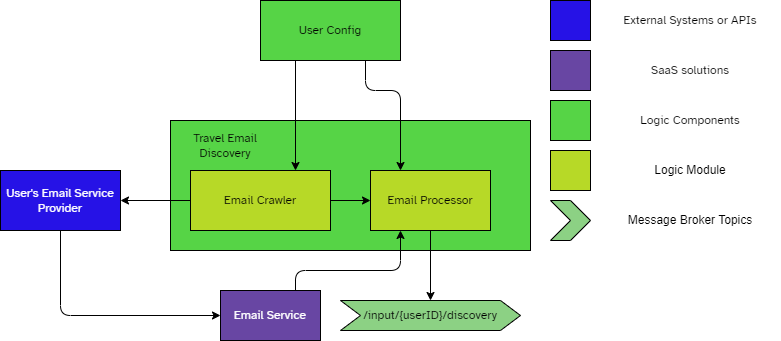
The draw.io diagram diagrams/componentOverview/TravelEmailDiscovery.png in Guilbert12/Kata2023_team_onion, before a commit. Source tidied: cells renumbered, new cells last; positions are measured from the earlier drawing's top-left corner, leaving out a move shared by most shapes. Source of this version:
```xml
<mxGraphModel>
  <root>
    <mxCell id="0" />
    <mxCell id="1" parent="0" />
    <mxCell id="2" style="rounded=0;whiteSpace=wrap;html=1;fillColor=#56D446;strokeColor=#000000;fontFamily=Atkinson Hyperlegible;" parent="1" vertex="1">
      <mxGeometry x="170" y="120" width="360" height="130" as="geometry" />
    </mxCell>
    <mxCell id="3" value="&lt;font face=&quot;Atkinson Hyperlegible&quot;&gt;Travel Email Discovery&lt;/font&gt;" style="text;html=1;strokeColor=none;fillColor=none;align=center;verticalAlign=middle;whiteSpace=wrap;rounded=0;" parent="1" vertex="1">
      <mxGeometry x="180" y="130" width="90" height="30" as="geometry" />
    </mxCell>
    <mxCell id="4" value="Email Crawler" style="rounded=0;whiteSpace=wrap;html=1;fillColor=#B7D927;strokeColor=#000000;fontFamily=Atkinson Hyperlegible;" parent="1" vertex="1">
      <mxGeometry x="190" y="170" width="140" height="60" as="geometry" />
    </mxCell>
    <mxCell id="5" value="Email Processor" style="rounded=0;whiteSpace=wrap;html=1;fillColor=#B7D927;strokeColor=#000000;fontFamily=Atkinson Hyperlegible;" parent="1" vertex="1">
      <mxGeometry x="370" y="170" width="120" height="60" as="geometry" />
    </mxCell>
    <mxCell id="6" value="&lt;font face=&quot;Atkinson Hyperlegible&quot;&gt;/input/{userID}/discovery&lt;/font&gt;" style="shape=step;perimeter=stepPerimeter;whiteSpace=wrap;html=1;fixedSize=1;fillColor=#8CD184;strokeColor=#000000;" parent="1" vertex="1">
      <mxGeometry x="340" y="300" width="180" height="30" as="geometry" />
    </mxCell>
    <mxCell id="7" value="Email Service" style="rounded=0;whiteSpace=wrap;html=1;fontFamily=Atkinson Hyperlegible;fontSource=https%3A%2F%2Ffonts.googleapis.com%2Fcss%3Ffamily%3DAtkinson%2BHyperlegible;fillColor=#6846A3;strokeColor=#000000;fontColor=#FFFFFF;" parent="1" vertex="1">
      <mxGeometry x="220" y="290" width="100" height="50" as="geometry" />
    </mxCell>
    <mxCell id="8" value="&lt;font face=&quot;Atkinson Hyperlegible&quot;&gt;User's Email Service Provider&lt;/font&gt;" style="rounded=0;whiteSpace=wrap;html=1;fillColor=#2612E6;strokeColor=#000000;fontColor=#FFFFFF;" parent="1" vertex="1">
      <mxGeometry y="170" width="120" height="60" as="geometry" />
    </mxCell>
    <mxCell id="9" value="&lt;font face=&quot;Atkinson Hyperlegible&quot;&gt;User Config&lt;/font&gt;" style="rounded=0;whiteSpace=wrap;html=1;fillColor=#56D446;strokeColor=#000000;" parent="1" vertex="1">
      <mxGeometry x="260" width="140" height="60" as="geometry" />
    </mxCell>
    <mxCell id="10" style="endArrow=classic;html=1;strokeColor=#000000;fontFamily=Atkinson Hyperlegible;exitX=0.25;exitY=1;exitDx=0;exitDy=0;entryX=0.75;entryY=0;entryDx=0;entryDy=0;" parent="1" edge="1" source="9" target="4">
      <mxGeometry relative="1" as="geometry" />
    </mxCell>
    <mxCell id="11" style="endArrow=classic;html=1;strokeColor=#000000;fontFamily=Atkinson Hyperlegible;exitX=0.75;exitY=0;exitDx=0;exitDy=0;entryX=0.25;entryY=1;entryDx=0;entryDy=0;" parent="1" edge="1" source="7" target="5">
      <mxGeometry relative="1" as="geometry">
        <Array as="points">
          <mxPoint x="295" y="270" />
          <mxPoint x="400" y="270" />
        </Array>
      </mxGeometry>
    </mxCell>
    <mxCell id="12" style="endArrow=classic;html=1;strokeColor=#000000;fontFamily=Atkinson Hyperlegible;exitX=0.5;exitY=1;exitDx=0;exitDy=0;entryX=0.5;entryY=0;entryDx=0;entryDy=0;" parent="1" edge="1" source="5" target="6">
      <mxGeometry relative="1" as="geometry" />
    </mxCell>
    <mxCell id="13" style="endArrow=classic;html=1;strokeColor=#000000;fontFamily=Atkinson Hyperlegible;exitX=1;exitY=0.5;exitDx=0;exitDy=0;entryX=0;entryY=0.5;entryDx=0;entryDy=0;" parent="1" edge="1" source="4" target="5">
      <mxGeometry relative="1" as="geometry" />
    </mxCell>
    <mxCell id="14" style="endArrow=classic;html=1;strokeColor=#000000;fontFamily=Atkinson Hyperlegible;exitX=0;exitY=0.5;exitDx=0;exitDy=0;entryX=1;entryY=0.5;entryDx=0;entryDy=0;" parent="1" edge="1" source="4" target="8">
      <mxGeometry relative="1" as="geometry" />
    </mxCell>
    <mxCell id="15" style="endArrow=classic;html=1;strokeColor=#000000;fontFamily=Atkinson Hyperlegible;exitX=0.5;exitY=1;exitDx=0;exitDy=0;entryX=0;entryY=0.5;entryDx=0;entryDy=0;" parent="1" edge="1" source="8" target="7">
      <mxGeometry relative="1" as="geometry">
        <Array as="points">
          <mxPoint x="60" y="315" />
        </Array>
      </mxGeometry>
    </mxCell>
    <mxCell id="16" style="endArrow=classic;html=1;strokeColor=#000000;fontFamily=Atkinson Hyperlegible;exitX=0.75;exitY=1;exitDx=0;exitDy=0;entryX=0.25;entryY=0;entryDx=0;entryDy=0;" parent="1" edge="1" source="9" target="5">
      <mxGeometry relative="1" as="geometry">
        <Array as="points">
          <mxPoint x="365" y="90" />
          <mxPoint x="400" y="90" />
        </Array>
      </mxGeometry>
    </mxCell>
    <mxCell id="17" style="rounded=0;whiteSpace=wrap;html=1;fillColor=#6846A3;strokeColor=#000000;" parent="1" vertex="1">
      <mxGeometry x="550" y="50" width="40" height="40" as="geometry" />
    </mxCell>
    <mxCell id="18" value="&lt;font face=&quot;Atkinson Hyperlegible&quot;&gt;SaaS solutions&lt;/font&gt;" style="text;html=1;strokeColor=none;fillColor=none;align=center;verticalAlign=middle;whiteSpace=wrap;rounded=0;" parent="1" vertex="1">
      <mxGeometry x="600" y="50" width="180" height="40" as="geometry" />
    </mxCell>
    <mxCell id="19" style="rounded=0;whiteSpace=wrap;html=1;fillColor=#56D446;strokeColor=#000000;" parent="1" vertex="1">
      <mxGeometry x="550" y="100" width="40" height="40" as="geometry" />
    </mxCell>
    <mxCell id="20" value="&lt;font face=&quot;Atkinson Hyperlegible&quot;&gt;Logic Components&lt;/font&gt;" style="text;html=1;strokeColor=none;fillColor=none;align=center;verticalAlign=middle;whiteSpace=wrap;rounded=0;" parent="1" vertex="1">
      <mxGeometry x="600" y="100" width="180" height="40" as="geometry" />
    </mxCell>
    <mxCell id="21" style="rounded=0;whiteSpace=wrap;html=1;fillColor=#B7D927;strokeColor=#000000;" parent="1" vertex="1">
      <mxGeometry x="550" y="150" width="40" height="40" as="geometry" />
    </mxCell>
    <mxCell id="22" value="Logic Module" style="text;html=1;strokeColor=none;fillColor=none;align=center;verticalAlign=middle;whiteSpace=wrap;rounded=0;" parent="1" vertex="1">
      <mxGeometry x="600" y="150" width="180" height="40" as="geometry" />
    </mxCell>
    <mxCell id="23" style="shape=step;perimeter=stepPerimeter;whiteSpace=wrap;html=1;fixedSize=1;size=20;fillColor=#8CD184;strokeColor=#000000;" parent="1" vertex="1">
      <mxGeometry x="550" y="200" width="40" height="40" as="geometry" />
    </mxCell>
    <mxCell id="24" value="Message Broker Topics" style="text;html=1;strokeColor=none;fillColor=none;align=center;verticalAlign=middle;whiteSpace=wrap;rounded=0;" parent="1" vertex="1">
      <mxGeometry x="600" y="200" width="180" height="40" as="geometry" />
    </mxCell>
    <mxCell id="25" style="rounded=0;whiteSpace=wrap;html=1;fillColor=#2612E6;strokeColor=#000000;" parent="1" vertex="1">
      <mxGeometry x="550" width="40" height="40" as="geometry" />
    </mxCell>
    <mxCell id="26" value="&lt;font face=&quot;Atkinson Hyperlegible&quot;&gt;External Systems or APIs&lt;/font&gt;" style="text;html=1;strokeColor=none;fillColor=none;align=center;verticalAlign=middle;whiteSpace=wrap;rounded=0;" parent="1" vertex="1">
      <mxGeometry x="600" width="180" height="40" as="geometry" />
    </mxCell>
  </root>
</mxGraphModel>
```
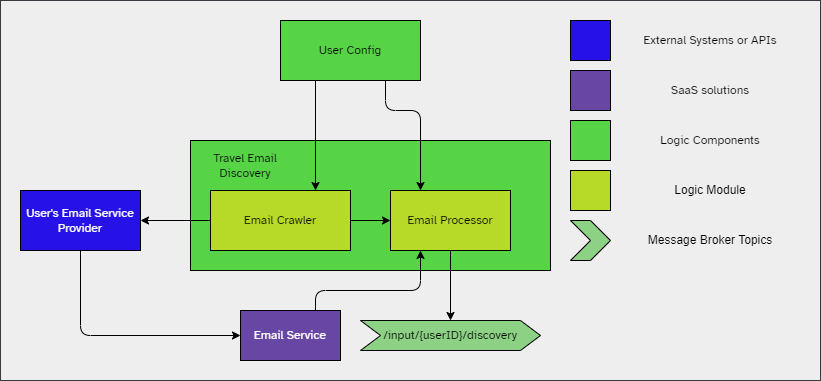
The same file after the commit.

Diff of the diagram source:
```diff
@@ -2,6 +2,9 @@
   <root>
     <mxCell id="0" />
     <mxCell id="1" parent="0" />
+    <mxCell id="27" style="rounded=0;whiteSpace=wrap;html=1;fillColor=#eeeeee;strokeColor=#36393d;" parent="1" vertex="1">
+      <mxGeometry x="-20" y="-20" width="820" height="380" as="geometry" />
+    </mxCell>
     <mxCell id="2" style="rounded=0;whiteSpace=wrap;html=1;fillColor=#56D446;strokeColor=#000000;fontFamily=Atkinson Hyperlegible;" parent="1" vertex="1">
       <mxGeometry x="170" y="120" width="360" height="130" as="geometry" />
     </mxCell>
```
